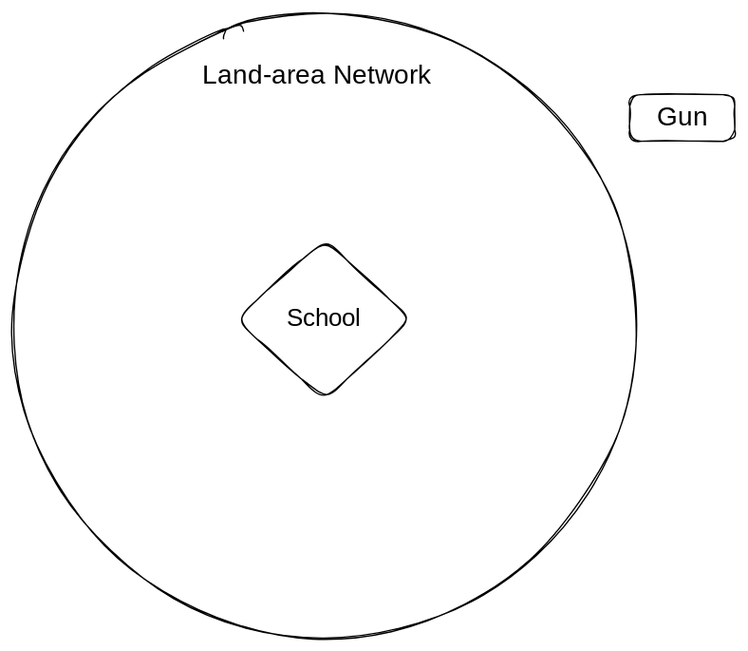
Earlier version of the Excalidraw export .gitbook/assets/file.excalidraw.svg (civichacker/anti-oppressive). Source tidied: one line per element, renumbered; positions are measured from the earlier drawing's top-left corner, leaving out a move shared by most shapes.
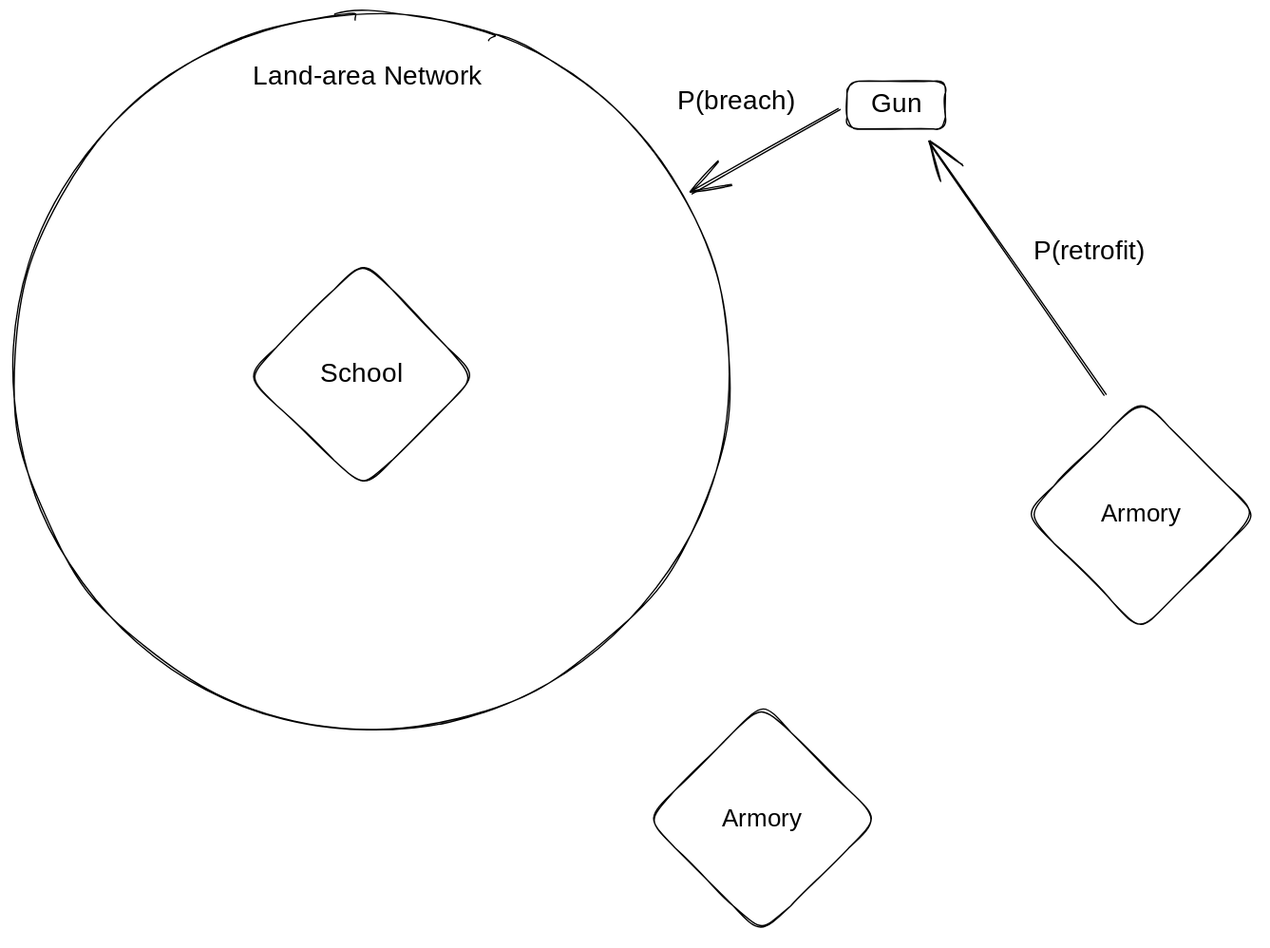
After the commit.

Diff of the diagram source:
```diff
@@ -1,6 +1,14 @@
-{"id": 0, "type": "ellipse", "strokeColor": "#000000", "strokeWidth": 1, "roughness": 1, "round": true, "x": 0, "y": 0, "width": 469, "height": 469}
-{"id": 1, "type": "diamond", "strokeColor": "#000000", "strokeWidth": 1, "roughness": 1, "round": true, "x": 167, "y": 170, "width": 133, "height": 120}
+{"id": 6, "type": "ellipse", "strokeColor": "#000000", "strokeWidth": 1, "roughness": 1, "round": true, "x": -79, "y": 20, "width": 539, "height": 539}
+{"id": 7, "type": "diamond", "strokeColor": "#000000", "strokeWidth": 1, "roughness": 1, "round": true, "x": 97, "y": 206, "width": 172, "height": 172}
-{"id": 2, "type": "text", "text": "School", "strokeColor": "#000000", "strokeWidth": 1, "roughness": 1, "fontSize": 18.39, "fontFamily": 1, "textAlign": "center", "verticalAlign": "middle", "inside": 1, "x": 206, "y": 219, "width": 55, "height": 23}
+{"id": 2, "type": "text", "text": "School", "strokeColor": "#000000", "strokeWidth": 1, "roughness": 1, "fontSize": 20, "fontFamily": 1, "textAlign": "center", "verticalAlign": "middle", "inside": 7, "x": 153, "y": 280, "width": 59, "height": 25}
-{"id": 3, "type": "text", "text": "Land-area Network", "strokeColor": "#000000", "strokeWidth": 1, "roughness": 1, "fontSize": 20, "fontFamily": 1, "x": 142, "y": 35, "width": 187, "height": 25}
+{"id": 3, "type": "text", "text": "Land-area Network", "strokeColor": "#000000", "strokeWidth": 1, "roughness": 1, "fontSize": 20, "fontFamily": 1, "x": 101, "y": 56, "width": 187, "height": 25}
-{"id": 4, "type": "rectangle", "strokeColor": "#000000", "strokeWidth": 1, "roughness": 1, "round": true, "x": 464, "y": 61, "width": 79, "height": 35}
+{"id": 8, "type": "rectangle", "strokeColor": "#000000", "strokeWidth": 1, "roughness": 1, "round": true, "x": 548, "y": 71, "width": 74, "height": 36}
-{"id": 5, "type": "text", "text": "Gun", "strokeColor": "#000000", "strokeWidth": 1, "roughness": 1, "fontSize": 20, "fontFamily": 1, "textAlign": "center", "verticalAlign": "middle", "inside": 4, "x": 485, "y": 66, "width": 36, "height": 25}
+{"id": 5, "type": "text", "text": "Gun", "strokeColor": "#000000", "strokeWidth": 1, "roughness": 1, "fontSize": 20, "fontFamily": 1, "textAlign": "center", "verticalAlign": "middle", "inside": 8, "x": 567, "y": 76, "width": 36, "height": 25}
+{"id": 9, "type": "text", "text": "P(retrofit)", "strokeColor": "#000000", "strokeWidth": 1, "roughness": 1, "fontSize": 20, "fontFamily": 1, "x": 688, "y": 187, "width": 104, "height": 25}
+{"id": 10, "type": "text", "text": "P(breach)", "strokeColor": "#000000", "strokeWidth": 1, "roughness": 1, "fontSize": 20, "fontFamily": 1, "x": 420, "y": 74, "width": 91, "height": 25}
+{"id": 11, "type": "diamond", "strokeColor": "#000000", "strokeWidth": 1, "roughness": 1, "round": true, "x": 397, "y": 539, "width": 174, "height": 174}
+{"id": 12, "type": "text", "text": "Armory", "strokeColor": "#000000", "strokeWidth": 1, "roughness": 1, "fontSize": 18.78, "fontFamily": 1, "textAlign": "center", "verticalAlign": "middle", "inside": 11, "x": 454, "y": 614, "width": 60, "height": 23}
+{"id": 13, "type": "diamond", "strokeColor": "#000000", "strokeWidth": 1, "roughness": 1, "round": true, "x": 682, "y": 310, "width": 174, "height": 174}
+{"id": 14, "type": "text", "text": "Armory", "strokeColor": "#000000", "strokeWidth": 1, "roughness": 1, "fontSize": 18.78, "fontFamily": 1, "textAlign": "center", "verticalAlign": "middle", "inside": 13, "x": 739, "y": 385, "width": 60, "height": 23}
+{"id": 15, "type": "arrow", "strokeColor": "#000000", "strokeWidth": 1, "roughness": 1, "endArrowhead": "arrow", "round": true, "from": 8, "to": 6, "x": 543, "y": 92, "width": 112, "height": 64, "points": [[0, 0], [-112, 64]]}
+{"id": 16, "type": "arrow", "strokeColor": "#000000", "strokeWidth": 1, "roughness": 1, "endArrowhead": "arrow", "round": true, "from": 13, "to": 8, "x": 742, "y": 307, "width": 133, "height": 190, "points": [[0, 0], [-133, -190]]}
```
